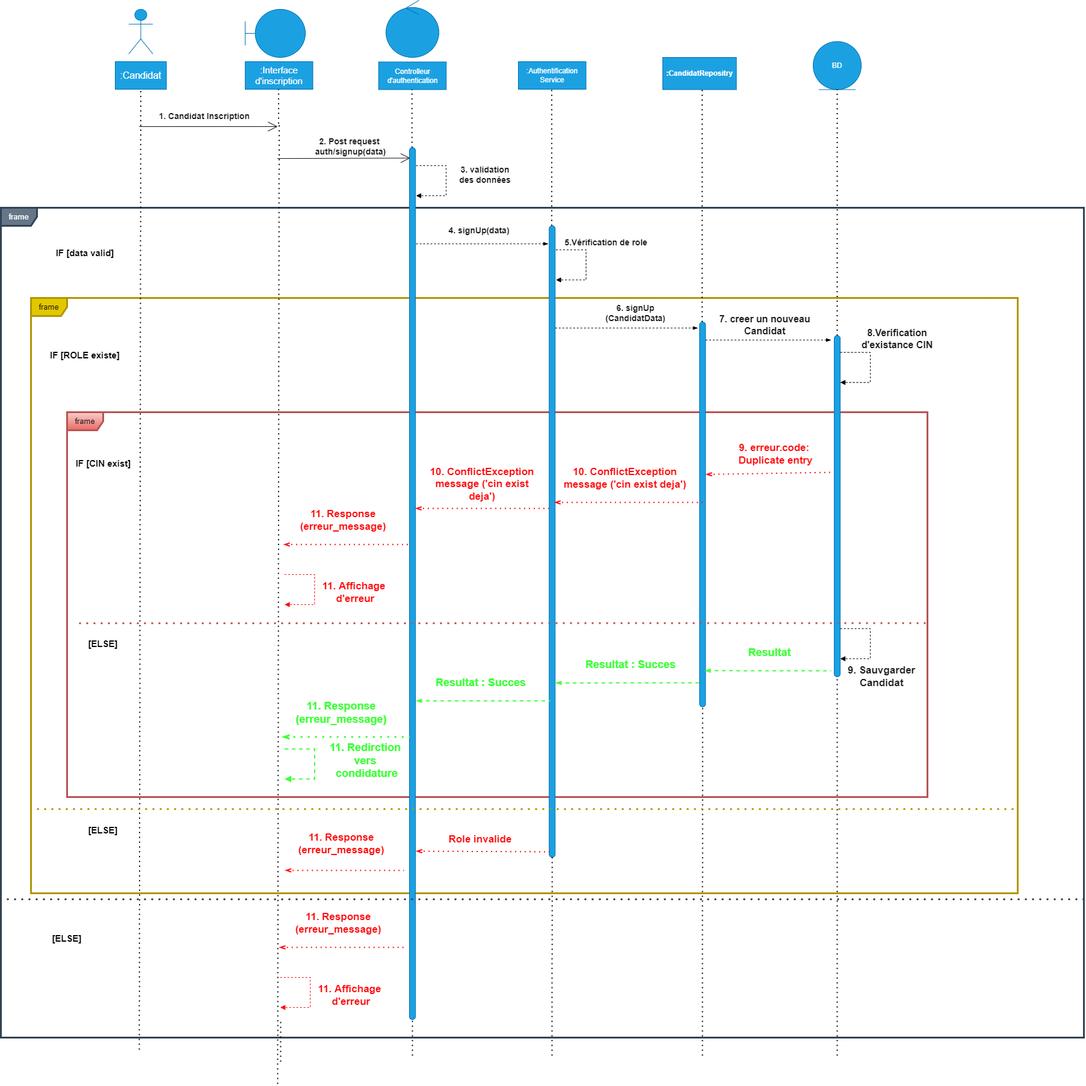
Earlier version of the draw.io export s'inscrir.drawio.png (yassineraddaoui/UmlPFE). Source tidied: cells renumbered, new cells last; positions are measured from the earlier drawing's top-left corner, leaving out a move shared by most shapes.
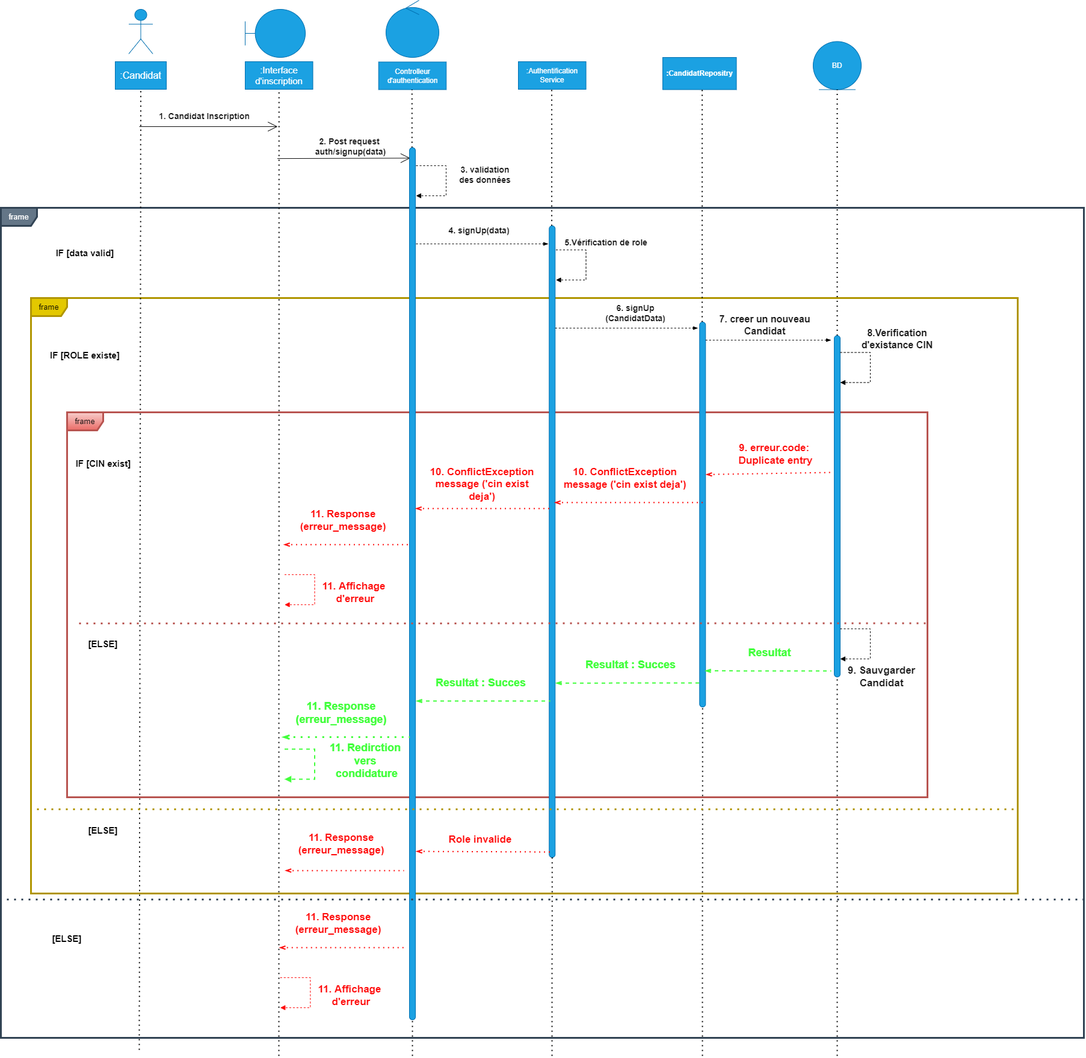
The same diagram one commit later.

Change to the diagram source:
```diff
@@ -31,12 +31,6 @@
     <mxCell id="10" value="&lt;font style=&quot;font-size: 15px;&quot;&gt;:Interface d'inscription&lt;/font&gt;" style="rounded=0;whiteSpace=wrap;html=1;fontColor=#ffffff;fillColor=#1ba1e2;strokeColor=#006EAF;" parent="1" vertex="1">
       <mxGeometry x="406" y="102" width="112.5" height="46" as="geometry" />
     </mxCell>
-    <mxCell id="11" style="endArrow=none;dashed=1;html=1;dashPattern=1 3;strokeWidth=2;rounded=0;fontSize=16;fontColor=#1BA1E2;entryX=0.5;entryY=1;entryDx=0;entryDy=0;startArrow=none;" parent="1" edge="1">
-      <mxGeometry relative="1" as="geometry">
-        <mxPoint x="461.5" y="205" as="sourcePoint" />
-        <mxPoint x="461.5" y="148" as="targetPoint" />
-      </mxGeometry>
-    </mxCell>
     <mxCell id="12" style="edgeStyle=none;orthogonalLoop=1;jettySize=auto;html=1;rounded=1;endArrow=open;startSize=14;endSize=14;sourcePerimeterSpacing=8;targetPerimeterSpacing=8;strokeColor=#0F0F0F;" parent="1" edge="1">
       <mxGeometry relative="1" as="geometry">
         <mxPoint x="230" y="210" as="sourcePoint" />
@@ -276,12 +270,6 @@
     <mxCell id="65" value="&lt;b&gt;11. Response (erreur_message)&lt;/b&gt;" style="text;html=1;strokeColor=none;fillColor=none;align=center;verticalAlign=middle;whiteSpace=wrap;rounded=0;labelBackgroundColor=#FFFFFF;fontSize=17;fontColor=#FF0808;" parent="1" vertex="1">
       <mxGeometry x="476.2" y="1373" width="179.6" height="60" as="geometry" />
     </mxCell>
-    <mxCell id="66" style="endArrow=none;dashed=1;html=1;dashPattern=1 3;strokeWidth=2;rounded=0;fontSize=16;fontColor=#1BA1E2;entryX=0.5;entryY=1;entryDx=0;entryDy=0;" parent="1" edge="1">
-      <mxGeometry relative="1" as="geometry">
-        <mxPoint x="465" y="1765" as="sourcePoint" />
-        <mxPoint x="465" y="1695" as="targetPoint" />
-      </mxGeometry>
-    </mxCell>
     <mxCell id="67" style="endArrow=block;html=1;rounded=0;dashed=1;fontSize=14;fontColor=#1BA1E2;edgeStyle=orthogonalEdgeStyle;endFill=1;strokeColor=#FF0808;" parent="1" edge="1">
       <mxGeometry relative="1" as="geometry">
         <mxPoint x="471.5" y="954.9" as="sourcePoint" />
@@ -366,10 +354,9 @@
     <mxCell id="85" value="&lt;span&gt;&lt;span style=&quot;color: rgb(23, 23, 23); font-size: 12px;&quot;&gt;&lt;font style=&quot;font-size: 14px;&quot;&gt;6. signUp&lt;br&gt;(CandidatData)&lt;/font&gt;&lt;/span&gt;&lt;span style=&quot;color: rgba(0, 0, 0, 0); font-family: monospace; text-align: start; font-size: 0px;&quot;&gt;%22%2F%3E%3CmxCell%20id%3D%222%22%20value%3D%22%26lt%3Bspan%20style%3D%26quot%3Bcolor%3A%20rgb(23%2C%2023%2C%2023)%3B%20background-color%3A%20rgb(255%2C%20255%2C%20255)%3B%26quot%3B%26gt%3B%26lt%3Bfont%20style%3D%26quot%3Bfont-size%3A%2014px%3B%26quot%3B%26gt%3B1.%20Candidat%20Inscription%26lt%3B%2Ffont%26gt%3B%26lt%3B%2Fspan%26gt%3B%22%20style%3D%22text%3BstrokeColor%3Dnone%3BfillColor%3Dnone%3Bhtml%3D1%3Balign%3Dcenter%3BverticalAlign%3Dmiddle%3BwhiteSpace%3Dwrap%3Brounded%3D0%3BhachureGap%3D4%3BfontColor%3D%23000000%3BlabelBackgroundColor%3D%23FFFFFF%3Brotation%3D0%3B%22%20vertex%3D%221%22%20parent%3D%221%22%3E%3CmxGeometry%20x%3D%22-260%22%20y%3D%22100%22%20width%3D%22177%22%20height%3D%2235%22%20as%3D%22geometry%22%2F%3E%3C%2FmxCell%3E%3C%2Froot%3E%3C%2FmxGraphModel%3Ee&lt;/span&gt;&lt;/span&gt;" style="text;html=1;strokeColor=none;fillColor=none;align=center;verticalAlign=middle;whiteSpace=wrap;rounded=0;labelBackgroundColor=none;fontSize=13;fontColor=default;fontStyle=1;" parent="78" vertex="1">
       <mxGeometry x="970" y="505" width="170" height="30" as="geometry" />
     </mxCell>
-    <mxCell id="86" style="endArrow=none;dashed=1;html=1;dashPattern=1 3;strokeWidth=2;rounded=0;fontSize=16;fontColor=#1BA1E2;entryX=0.5;entryY=1;entryDx=0;entryDy=0;fontStyle=1;" parent="78" edge="1">
+    <mxCell id="86" style="endArrow=none;dashed=1;html=1;dashPattern=1 3;strokeWidth=2;rounded=0;fontSize=16;fontColor=#1BA1E2;fontStyle=1;entryX=0.5;entryY=1;entryDx=0;entryDy=0;" parent="78" edge="1" target="10">
       <mxGeometry relative="1" as="geometry">
-        <mxPoint x="460" y="1802" as="sourcePoint" />
-        <mxPoint x="462.5" y="205" as="targetPoint" />
+        <mxPoint x="462" y="1755" as="sourcePoint" />
       </mxGeometry>
     </mxCell>
   </root>
```
